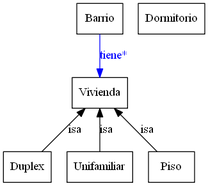
Earlier version of the Graphviz export Ontologia.dot.png (mbdavid2/Practica-IA2). Its source is kept beside it as Ontologia.dot. Its diagram source:
```dot
digraph Ontologia {
	graph [bb="0,0,236,210"];
	node [label="\N"];
	Duplex	 [color="0.0,0.0,0.0",
		fontcolor="0.0,0.0,0.0",
		height=0.5,
		label=Duplex,
		pos="28,18",
		shape=box,
		width=0.77778];
	Vivienda	 [color="0.0,0.0,0.0",
		fontcolor="0.0,0.0,0.0",
		height=0.5,
		label=Vivienda,
		pos="113,105",
		shape=box,
		width=0.90278];
	Vivienda -> Duplex	 [color="0.0,0.0,0.0",
		dir=back,
		fontcolor="0.0,0.0,0.0",
		label=isa,
		lp="84,61.5",
		pos="s,95.799,86.799 88.467,79.467 74.603,65.603 57.612,48.612 45.175,36.175"];
	Unifamiliar	 [color="0.0,0.0,0.0",
		fontcolor="0.0,0.0,0.0",
		height=0.5,
		label=Unifamiliar,
		pos="113,18",
		shape=box,
		width=1.0694];
	Vivienda -> Unifamiliar	 [color="0.0,0.0,0.0",
		dir=back,
		fontcolor="0.0,0.0,0.0",
		label=isa,
		lp="121,61.5",
		pos="s,113,86.799 113,76.734 113,63.419 113,47.806 113,36.175"];
	Piso	 [color="0.0,0.0,0.0",
		fontcolor="0.0,0.0,0.0",
		height=0.5,
		label=Piso,
		pos="197,18",
		shape=box,
		width=0.75];
	Vivienda -> Piso	 [color="0.0,0.0,0.0",
		dir=back,
		fontcolor="0.0,0.0,0.0",
		label=isa,
		lp="169,61.5",
		pos="s,130,86.799 137.24,79.467 150.95,65.603 167.74,48.612 180.03,36.175"];
	Dormitorio	 [color="0.0,0.0,0.0",
		fontcolor="0.0,0.0,0.0",
		height=0.5,
		label=Dormitorio,
		pos="197,192",
		shape=box,
		width=1.0833];
	Barrio	 [color="0.0,0.0,0.0",
		fontcolor="0.0,0.0,0.0",
		height=0.5,
		label=Barrio,
		pos="113,192",
		shape=box,
		width=0.75];
	Barrio -> Vivienda	 [color="0.6666667,1.0,1.0",
		fontcolor="0.6666667,1.0,1.0",
		label="tiene*",
		lp="129.5,148.5",
		pos="e,113,123.18 113,173.8 113,162.16 113,146.55 113,133.24",
		style=filled];
}
```
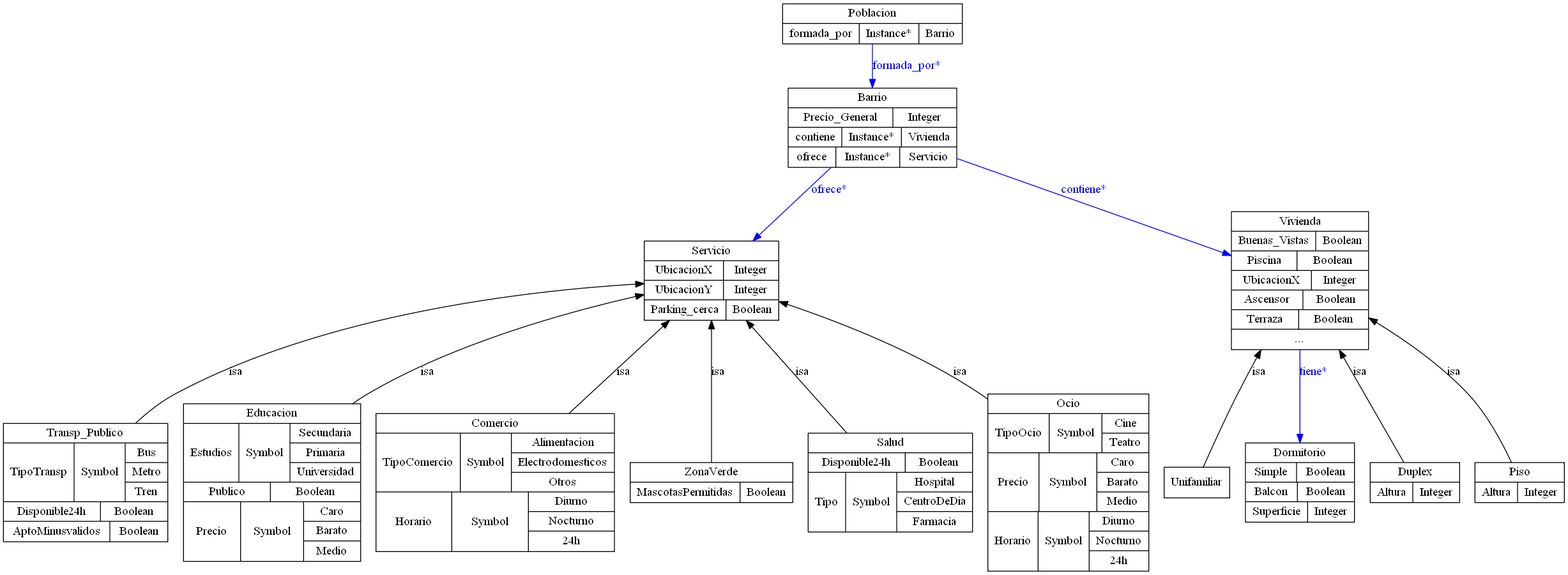
The same file after the commit.

Commit message:
Ontologia Basica

The edit, as a diff of the source:
```diff
@@ -1,70 +1,203 @@
 digraph Ontologia {
-	graph [bb="0,0,236,210"];
+	graph [bb="0,0,1833,663"];
 	node [label="\N"];
+	Transp_Publico	 [color="0.0,0.0,0.0",
+		fontcolor="0.0,0.0,0.0",
+		height=1.9306,
+		label="{Transp_Publico|{TipoTransp|Symbol|{Bus|Metro|Tren}}|{Disponible24h|Boolean}|{AptoMinusvalidos|Boolean}}",
+		pos="96.5,104",
+		rects="0,150,193,173 0,81,83,150 83,81,143,150 143,127,193,150 143,104,193,127 143,81,193,104 0,58,114,81 114,58,193,81 0,35,125,58 125,\
+35,193,58",
+		shape=record,
+		width=2.6806];
+	Servicio	 [color="0.0,0.0,0.0",
+		fontcolor="0.0,0.0,0.0",
+		height=1.2917,
+		label="{Servicio|{UbicacionX|Integer}|{UbicacionY|Integer}|{Parking_cerca|Boolean}}",
+		pos="831.5,340",
+		rects="752.5,363,910.5,386 752.5,340,845.5,363 845.5,340,910.5,363 752.5,317,845.5,340 845.5,317,910.5,340 752.5,294,848.5,317 848.5,294,\
+910.5,317",
+		shape=record,
+		width=2.1944];
+	Servicio -> Transp_Publico	 [color="0.0,0.0,0.0",
+		dir=back,
+		fontcolor="0.0,0.0,0.0",
+		label=isa,
+		lp="273.5,233.5",
+		pos="s,752.48,336.54 742.42,335.96 615.53,328.32 378.63,301.53 202.5,208 185.5,198.97 169.37,186.4 155.05,173.12"];
+	Educacion	 [color="0.0,0.0,0.0",
+		fontcolor="0.0,0.0,0.0",
+		height=2.5694,
+		label="{Educacion|{Estudios|Symbol|{Secundaria|Primaria|Universidad}}|{Publico|Boolean}|{Precio|Symbol|{Caro|Barato|Medio}}}",
+		pos="315.5,104",
+		rects="211.5,173,419.5,196 211.5,104,276.5,173 276.5,104,336.5,173 336.5,150,419.5,173 336.5,127,419.5,150 336.5,104,419.5,127 211.5,81,\
+313.5,104 313.5,81,419.5,104 211.5,12,278.5,81 278.5,12,352.5,81 352.5,58,419.5,81 352.5,35,419.5,58 352.5,12,419.5,35",
+		shape=record,
+		width=2.8889];
+	Servicio -> Educacion	 [color="0.0,0.0,0.0",
+		dir=back,
+		fontcolor="0.0,0.0,0.0",
+		label=isa,
+		lp="498.5,233.5",
+		pos="s,752.41,323.73 742.55,321.53 657.75,302.3 528.52,266.16 428.5,208 422.3,204.4 416.16,200.41 410.12,196.16"];
+	Comercio	 [color="0.0,0.0,0.0",
+		fontcolor="0.0,0.0,0.0",
+		height=2.25,
+		label="{Comercio|{TipoComercio|Symbol|{Alimentacion|Electrodomesticos|Otros}}|{Horario|Symbol|{Diurno|Nocturno|24h}}}",
+		pos="577.5,104",
+		rects="437.5,161.5,717.5,184.5 437.5,92.5,536.5,161.5 536.5,92.5,596.5,161.5 596.5,138.5,717.5,161.5 596.5,115.5,717.5,138.5 596.5,92.5,\
+717.5,115.5 437.5,23.5,526.5,92.5 526.5,23.5,616.5,92.5 616.5,69.5,717.5,92.5 616.5,46.5,717.5,69.5 616.5,23.5,717.5,46.5",
+		shape=record,
+		width=3.8889];
+	Servicio -> Comercio	 [color="0.0,0.0,0.0",
+		dir=back,
+		fontcolor="0.0,0.0,0.0",
+		label=isa,
+		lp="728.5,233.5",
+		pos="s,782.53,293.88 774.86,286.82 742.22,256.75 700.52,218.33 663.87,184.57"];
+	ZonaVerde	 [color="0.0,0.0,0.0",
+		fontcolor="0.0,0.0,0.0",
+		height=0.65278,
+		label="{ZonaVerde|{MascotasPermitidas|Boolean}}",
+		pos="831.5,104",
+		rects="736,104,927,127 736,81,865,104 865,81,927,104",
+		shape=record,
+		width=2.6528];
+	Servicio -> ZonaVerde	 [color="0.0,0.0,0.0",
+		dir=back,
+		fontcolor="0.0,0.0,0.0",
+		label=isa,
+		lp="839.5,233.5",
+		pos="s,831.5,293.88 831.5,283.86 831.5,233.83 831.5,162.62 831.5,127.03"];
+	Salud	 [color="0.0,0.0,0.0",
+		fontcolor="0.0,0.0,0.0",
+		height=1.6111,
+		label="{Salud|{Disponible24h|Boolean}|{Tipo|Symbol|{Hospital|CentroDeDia|Farmacia}}}",
+		pos="1041.5,104",
+		rects="945,138.5,1138,161.5 945,115.5,1059,138.5 1059,115.5,1138,138.5 945,46.5,989,115.5 989,46.5,1049,115.5 1049,92.5,1138,115.5 1049,\
+69.5,1138,92.5 1049,46.5,1138,69.5",
+		shape=record,
+		width=2.6806];
+	Servicio -> Salud	 [color="0.0,0.0,0.0",
+		dir=back,
+		fontcolor="0.0,0.0,0.0",
+		label=isa,
+		lp="938.5,233.5",
+		pos="s,871.99,293.88 878.92,286.16 912.22,249.05 956.71,199.48 990.73,161.57"];
+	Ocio	 [color="0.0,0.0,0.0",
+		fontcolor="0.0,0.0,0.0",
+		height=2.8889,
+		label="{Ocio|{TipoOcio|Symbol|{Cine|Teatro}}|{Precio|Symbol|{Caro|Barato|Medio}}|{Horario|Symbol|{Diurno|Nocturno|24h}}}",
+		pos="1250.5,104",
+		rects="1156,184.5,1345,207.5 1156,138.5,1228,184.5 1228,138.5,1290,184.5 1290,161.5,1345,184.5 1290,138.5,1345,161.5 1156,69.5,1216,138.5 \
+1216,69.5,1284,138.5 1284,115.5,1345,138.5 1284,92.5,1345,115.5 1284,69.5,1345,92.5 1156,0.5,1215,69.5 1215,0.5,1275,69.5 1275,46.5,\
+1345,69.5 1275,23.5,1345,46.5 1275,0.5,1345,23.5",
+		shape=record,
+		width=2.625];
+	Servicio -> Ocio	 [color="0.0,0.0,0.0",
+		dir=back,
+		fontcolor="0.0,0.0,0.0",
+		label=isa,
+		lp="1123.5,233.5",
+		pos="s,910.76,315.54 920.27,312.38 986.01,290.29 1076,254.92 1146.5,208 1149.7,205.89 1152.8,203.67 1156,201.36"];
+	Unifamiliar	 [color="0.0,0.0,0.0",
+		fontcolor="0.0,0.0,0.0",
+		height=0.5,
+		label=Unifamiliar,
+		pos="1401.5,104",
+		shape=box,
+		width=1.0694];
+	Vivienda	 [color="0.0,0.0,0.0",
+		fontcolor="0.0,0.0,0.0",
+		height=2.25,
+		label="{Vivienda|{Buenas_Vistas|Boolean}|{Piscina|Boolean}|{UbicacionX|Integer}|{Ascensor|Boolean}|{Terraza|Boolean}|{...}}",
+		pos="1522.5,340",
+		rects="1442,397.5,1603,420.5 1442,374.5,1541,397.5 1541,374.5,1603,397.5 1442,351.5,1519,374.5 1519,351.5,1603,374.5 1442,328.5,1536,351.5 \
+1536,328.5,1603,351.5 1442,305.5,1526,328.5 1526,305.5,1603,328.5 1442,282.5,1521,305.5 1521,282.5,1603,305.5 1442,259.5,1603,282.5",
+		shape=record,
+		width=2.2361];
+	Vivienda -> Unifamiliar	 [color="0.0,0.0,0.0",
+		dir=back,
+		fontcolor="0.0,0.0,0.0",
+		label=isa,
+		lp="1474.5,233.5",
+		pos="s,1477,259.48 1472.2,250.71 1464.4,236.52 1456.6,221.92 1449.5,208 1434.3,178.31 1418.3,142.93 1409.1,122.31"];
+	Dormitorio	 [color="0.0,0.0,0.0",
+		fontcolor="0.0,0.0,0.0",
+		height=1.2917,
+		label="{Dormitorio|{Simple|Boolean}|{Balcon|Boolean}|{Superficie|Integer}}",
+		pos="1522.5,104",
+		rects="1458.5,127,1586.5,150 1458.5,104,1518.5,127 1518.5,104,1586.5,127 1458.5,81,1519.5,104 1519.5,81,1586.5,104 1458.5,58,1531.5,81 \
+1531.5,58,1586.5,81",
+		shape=record,
+		width=1.7778];
+	Vivienda -> Dormitorio	 [color="0.6666667,1.0,1.0",
+		fontcolor="0.6666667,1.0,1.0",
+		label="tiene*",
+		lp="1539,233.5",
+		pos="e,1522.5,150.22 1522.5,259.45 1522.5,226.86 1522.5,189.93 1522.5,160.36",
+		style=filled];
 	Duplex	 [color="0.0,0.0,0.0",
 		fontcolor="0.0,0.0,0.0",
-		height=0.5,
-		label=Duplex,
-		pos="28,18",
-		shape=box,
-		width=0.77778];
-	Vivienda	 [color="0.0,0.0,0.0",
-		fontcolor="0.0,0.0,0.0",
-		height=0.5,
-		label=Vivienda,
-		pos="113,105",
-		shape=box,
-		width=0.90278];
+		height=0.65278,
+		label="{Duplex|{Altura|Integer}}",
+		pos="1657.5,104",
+		rects="1605,104,1710,127 1605,81,1655,104 1655,81,1710,104",
+		shape=record,
+		width=1.4583];
 	Vivienda -> Duplex	 [color="0.0,0.0,0.0",
 		dir=back,
 		fontcolor="0.0,0.0,0.0",
 		label=isa,
-		lp="84,61.5",
-		pos="s,95.799,86.799 88.467,79.467 74.603,65.603 57.612,48.612 45.175,36.175"];
-	Unifamiliar	 [color="0.0,0.0,0.0",
-		fontcolor="0.0,0.0,0.0",
-		height=0.5,
-		label=Unifamiliar,
-		pos="113,18",
-		shape=box,
-		width=1.0694];
-	Vivienda -> Unifamiliar	 [color="0.0,0.0,0.0",
-		dir=back,
-		fontcolor="0.0,0.0,0.0",
-		label=isa,
-		lp="121,61.5",
-		pos="s,113,86.799 113,76.734 113,63.419 113,47.806 113,36.175"];
+		lp="1593.5,233.5",
+		pos="s,1568.4,259.45 1573.5,250.61 1599.2,205.97 1628.4,155.42 1644.7,127.16"];
 	Piso	 [color="0.0,0.0,0.0",
 		fontcolor="0.0,0.0,0.0",
-		height=0.5,
-		label=Piso,
-		pos="197,18",
-		shape=box,
-		width=0.75];
+		height=0.65278,
+		label="{Piso|{Altura|Integer}}",
+		pos="1780.5,104",
+		rects="1728,104,1833,127 1728,81,1778,104 1778,81,1833,104",
+		shape=record,
+		width=1.4583];
 	Vivienda -> Piso	 [color="0.0,0.0,0.0",
 		dir=back,
 		fontcolor="0.0,0.0,0.0",
 		label=isa,
-		lp="169,61.5",
-		pos="s,130,86.799 137.24,79.467 150.95,65.603 167.74,48.612 180.03,36.175"];
-	Dormitorio	 [color="0.0,0.0,0.0",
-		fontcolor="0.0,0.0,0.0",
-		height=0.5,
-		label=Dormitorio,
-		pos="197,192",
-		shape=box,
-		width=1.0833];
+		lp="1703.5,233.5",
+		pos="s,1603.4,296.48 1612,291.29 1648.2,269.17 1688.6,240.54 1719.5,208 1742.4,183.88 1760.5,149.68 1770.9,127.42"];
 	Barrio	 [color="0.0,0.0,0.0",
 		fontcolor="0.0,0.0,0.0",
-		height=0.5,
-		label=Barrio,
-		pos="113,192",
-		shape=box,
-		width=0.75];
+		height=1.2917,
+		label="{Barrio|{Precio_General|Integer}|{contiene|Instance*|{Vivienda}}|{ofrece|Instance*|{Servicio}}}",
+		pos="1020.5,518.5",
+		rects="921.5,541.5,1119.5,564.5 921.5,518.5,1044.5,541.5 1044.5,518.5,1119.5,541.5 921.5,495.5,984.5,518.5 984.5,495.5,1054.5,518.5 1054.5,\
+495.5,1119.5,518.5 921.5,472.5,977.5,495.5 977.5,472.5,1052.5,495.5 1052.5,472.5,1119.5,495.5",
+		shape=record,
+		width=2.75];
+	Barrio -> Servicio	 [color="0.6666667,1.0,1.0",
+		fontcolor="0.6666667,1.0,1.0",
+		label="ofrece*",
+		lp="970,446.5",
+		pos="e,880.01,386.3 971.83,472.05 946.03,447.96 914.23,418.26 887.43,393.23",
+		style=filled];
 	Barrio -> Vivienda	 [color="0.6666667,1.0,1.0",
 		fontcolor="0.6666667,1.0,1.0",
-		label="tiene*",
-		lp="129.5,148.5",
-		pos="e,113,123.18 113,173.8 113,162.16 113,146.55 113,133.24",
+		label="contiene*",
+		lp="1268.5,446.5",
+		pos="e,1441.7,369.4 1119.7,482.63 1210.7,450.64 1344.3,403.67 1432.3,372.72",
+		style=filled];
+	Poblacion	 [color="0.0,0.0,0.0",
+		fontcolor="0.0,0.0,0.0",
+		height=0.65278,
+		label="{Poblacion|{formada_por|Instance*|{Barrio}}}",
+		pos="1020.5,639.5",
+		rects="915,639.5,1126,662.5 915,616.5,1005,639.5 1005,616.5,1075,639.5 1075,616.5,1126,639.5",
+		shape=record,
+		width=2.9306];
+	Poblacion -> Barrio	 [color="0.6666667,1.0,1.0",
+		fontcolor="0.6666667,1.0,1.0",
+		label="formada_por*",
+		lp="1061,590.5",
+		pos="e,1020.5,564.65 1020.5,616.4 1020.5,604.6 1020.5,589.51 1020.5,574.76",
 		style=filled];
 }
```
